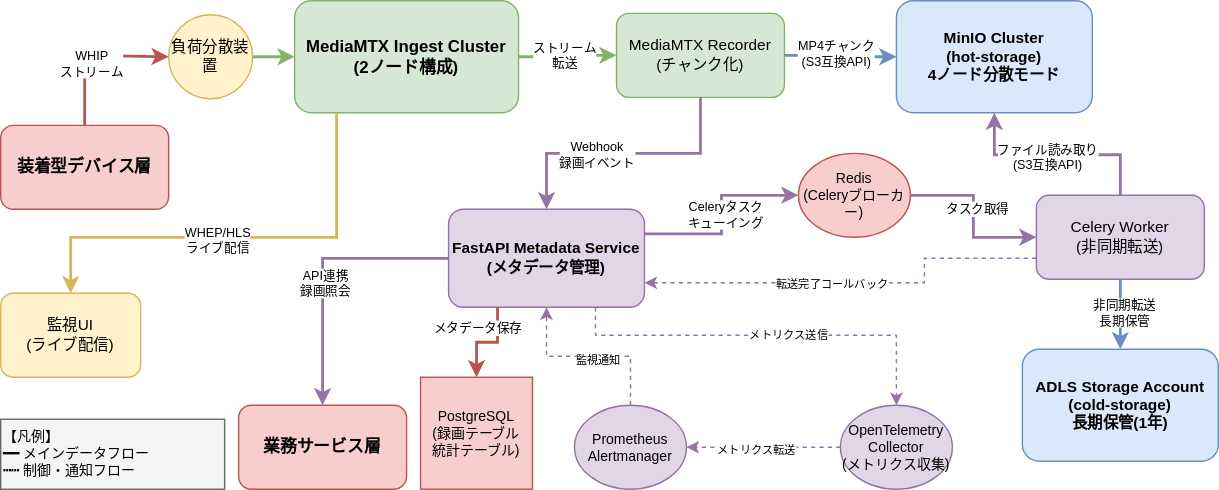
Before: docs/03000_設計書/03020_配信・記録層設計/03022_配信・記録層詳細設計/配信・記録層システム関連図.svg, a diagram exported from draw.io (daichiTAAA/AirakuVision). Source tidied: cells renumbered, new cells last; positions are measured from the earlier drawing's top-left corner, leaving out a move shared by most shapes.
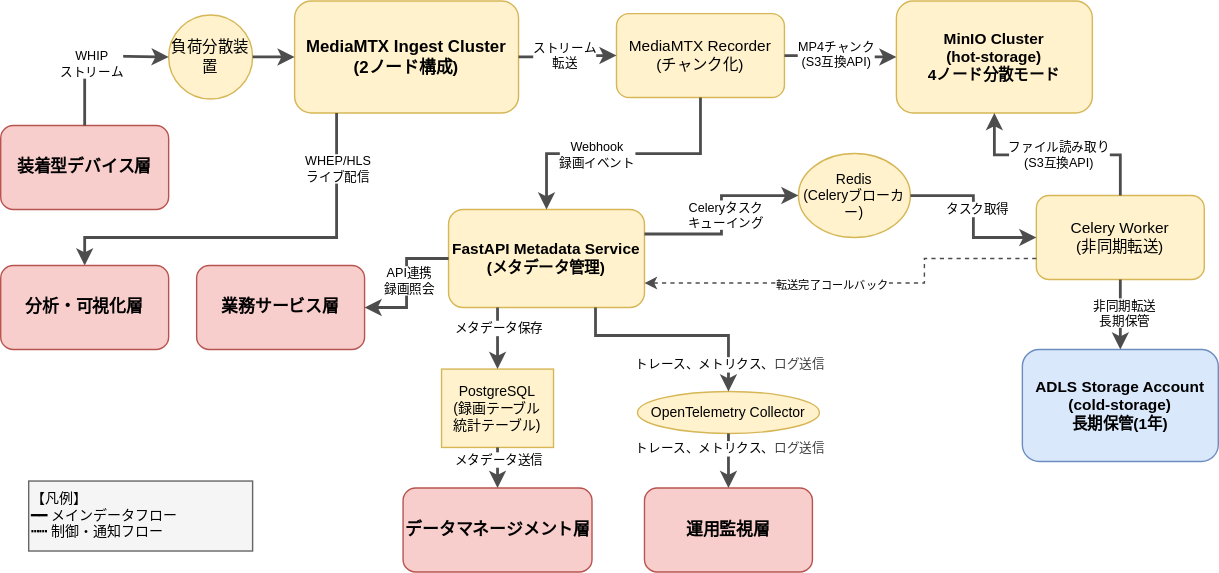
Later version of the same file.

Change to the diagram source:
```diff
@@ -5,46 +5,40 @@
     <mxCell id="2" value="装着型デバイス層" style="rounded=1;whiteSpace=wrap;html=1;fillColor=#f8cecc;strokeColor=#b85450;fontSize=12;fontStyle=1;" parent="1" vertex="1">
       <mxGeometry y="89" width="120" height="60" as="geometry" />
     </mxCell>
-    <mxCell id="3" value="MediaMTX Ingest Cluster&#10;(2ノード構成)" style="rounded=1;whiteSpace=wrap;html=1;fillColor=#d5e8d4;strokeColor=#82b366;fontSize=12;fontStyle=1;" parent="1" vertex="1">
+    <mxCell id="3" value="MediaMTX Ingest Cluster&#10;(2ノード構成)" style="rounded=1;whiteSpace=wrap;html=1;fillColor=#fff2cc;strokeColor=#d6b656;fontSize=12;fontStyle=1;" parent="1" vertex="1">
       <mxGeometry x="210" width="160" height="80" as="geometry" />
     </mxCell>
     <mxCell id="4" value="負荷分散装置" style="ellipse;whiteSpace=wrap;html=1;fillColor=#fff2cc;strokeColor=#d6b656;fontSize=11;" parent="1" vertex="1">
       <mxGeometry x="120" y="10" width="60" height="60" as="geometry" />
     </mxCell>
-    <mxCell id="5" value="MediaMTX Recorder&#10;(チャンク化)" style="rounded=1;whiteSpace=wrap;html=1;fillColor=#d5e8d4;strokeColor=#82b366;fontSize=11;" parent="1" vertex="1">
+    <mxCell id="5" value="MediaMTX Recorder&#10;(チャンク化)" style="rounded=1;whiteSpace=wrap;html=1;fillColor=#fff2cc;strokeColor=#d6b656;fontSize=11;" parent="1" vertex="1">
       <mxGeometry x="440" y="9" width="120" height="60" as="geometry" />
     </mxCell>
-    <mxCell id="6" value="MinIO Cluster&#10;(hot-storage)&#10;4ノード分散モード" style="rounded=1;whiteSpace=wrap;html=1;fillColor=#dae8fc;strokeColor=#6c8ebf;fontSize=11;fontStyle=1;" parent="1" vertex="1">
+    <mxCell id="6" value="MinIO Cluster&#10;(hot-storage)&#10;4ノード分散モード" style="rounded=1;whiteSpace=wrap;html=1;fillColor=#fff2cc;strokeColor=#d6b656;fontSize=11;fontStyle=1;" parent="1" vertex="1">
       <mxGeometry x="640" width="140" height="80" as="geometry" />
     </mxCell>
-    <mxCell id="7" value="FastAPI Metadata Service&#10;(メタデータ管理)" style="rounded=1;whiteSpace=wrap;html=1;fillColor=#e1d5e7;strokeColor=#9673a6;fontSize=11;fontStyle=1;" parent="1" vertex="1">
+    <mxCell id="7" value="FastAPI Metadata Service&#10;(メタデータ管理)" style="rounded=1;whiteSpace=wrap;html=1;fillColor=#fff2cc;strokeColor=#d6b656;fontSize=11;fontStyle=1;" parent="1" vertex="1">
       <mxGeometry x="320" y="149" width="140" height="70" as="geometry" />
     </mxCell>
-    <mxCell id="8" value="PostgreSQL&#10;(録画テーブル&#10;統計テーブル)" style="cylinder3;whiteSpace=wrap;html=1;boundedLbl=1;backgroundOutline=1;size=15;fillColor=#f8cecc;strokeColor=#b85450;fontSize=10;" parent="1" vertex="1">
-      <mxGeometry x="300" y="269" width="80" height="80" as="geometry" />
+    <mxCell id="8" value="PostgreSQL&#10;(録画テーブル&#10;統計テーブル)" style="cylinder3;whiteSpace=wrap;html=1;boundedLbl=1;backgroundOutline=1;size=15;fillColor=#fff2cc;strokeColor=#d6b656;fontSize=10;" parent="1" vertex="1">
+      <mxGeometry x="315" y="263" width="80" height="56" as="geometry" />
     </mxCell>
-    <mxCell id="9" value="Celery Worker&lt;div&gt;(非同期転送)&lt;/div&gt;" style="rounded=1;whiteSpace=wrap;html=1;fillColor=#e1d5e7;strokeColor=#9673a6;fontSize=11;" parent="1" vertex="1">
+    <mxCell id="9" value="Celery Worker&lt;div&gt;(非同期転送)&lt;/div&gt;" style="rounded=1;whiteSpace=wrap;html=1;fillColor=#fff2cc;strokeColor=#d6b656;fontSize=11;" parent="1" vertex="1">
       <mxGeometry x="740" y="139" width="120" height="60" as="geometry" />
     </mxCell>
-    <mxCell id="10" value="Redis&lt;div&gt;(Celeryブローカー)&lt;/div&gt;" style="ellipse;whiteSpace=wrap;html=1;fillColor=#f8cecc;strokeColor=#b85450;fontSize=10;" parent="1" vertex="1">
+    <mxCell id="10" value="Redis&lt;div&gt;(Celeryブローカー)&lt;/div&gt;" style="ellipse;whiteSpace=wrap;html=1;fillColor=#fff2cc;strokeColor=#d6b656;fontSize=10;" parent="1" vertex="1">
       <mxGeometry x="570" y="109" width="80" height="60" as="geometry" />
     </mxCell>
     <mxCell id="11" value="ADLS Storage Account&#10;(cold-storage)&#10;長期保管(1年)" style="rounded=1;whiteSpace=wrap;html=1;fillColor=#dae8fc;strokeColor=#6c8ebf;fontSize=11;fontStyle=1;" parent="1" vertex="1">
       <mxGeometry x="730" y="249" width="140" height="80" as="geometry" />
     </mxCell>
-    <mxCell id="12" value="OpenTelemetry Collector&lt;div&gt;(メトリクス収集)&lt;/div&gt;" style="ellipse;whiteSpace=wrap;html=1;fillColor=#e1d5e7;strokeColor=#9673a6;fontSize=10;" parent="1" vertex="1">
-      <mxGeometry x="600" y="289" width="80" height="60" as="geometry" />
+    <mxCell id="12" value="OpenTelemetry Collector" style="ellipse;whiteSpace=wrap;html=1;fillColor=#fff2cc;strokeColor=#d6b656;fontSize=10;" parent="1" vertex="1">
+      <mxGeometry x="455" y="279" width="130" height="30" as="geometry" />
     </mxCell>
     <mxCell id="13" value="業務サービス層" style="rounded=1;whiteSpace=wrap;html=1;fillColor=#f8cecc;strokeColor=#b85450;fontSize=12;fontStyle=1;" parent="1" vertex="1">
-      <mxGeometry x="170" y="289" width="120" height="60" as="geometry" />
+      <mxGeometry x="140" y="189" width="120" height="60" as="geometry" />
     </mxCell>
-    <mxCell id="14" value="監視UI&#10;(ライブ配信)" style="rounded=1;whiteSpace=wrap;html=1;fillColor=#fff2cc;strokeColor=#d6b656;fontSize=11;" parent="1" vertex="1">
-      <mxGeometry y="209" width="100" height="60" as="geometry" />
-    </mxCell>
-    <mxCell id="15" value="Prometheus&#10;Alertmanager" style="ellipse;whiteSpace=wrap;html=1;fillColor=#e1d5e7;strokeColor=#9673a6;fontSize=10;" parent="1" vertex="1">
-      <mxGeometry x="410" y="289" width="80" height="60" as="geometry" />
-    </mxCell>
-    <mxCell id="16" style="edgeStyle=orthogonalEdgeStyle;rounded=0;jettySize=auto;html=1;strokeWidth=2;strokeColor=#b85450;entryX=0;entryY=0.5;entryDx=0;entryDy=0;" parent="1" edge="1" source="2" target="4">
+    <mxCell id="16" style="edgeStyle=orthogonalEdgeStyle;rounded=0;jettySize=auto;html=1;strokeWidth=2;strokeColor=#4D4D4D;entryX=0;entryY=0.5;entryDx=0;entryDy=0;" parent="1" edge="1" source="2" target="4">
       <mxGeometry relative="1" as="geometry">
         <Array as="points">
           <mxPoint x="60" y="39" />
@@ -57,22 +51,22 @@
         <mxPoint x="3" y="-1" as="offset" />
       </mxGeometry>
     </mxCell>
-    <mxCell id="18" style="edgeStyle=orthogonalEdgeStyle;rounded=0;jettySize=auto;html=1;strokeWidth=2;strokeColor=#82b366;" parent="1" edge="1" source="4" target="3">
+    <mxCell id="18" style="edgeStyle=orthogonalEdgeStyle;rounded=0;jettySize=auto;html=1;strokeWidth=2;strokeColor=#4D4D4D;" parent="1" edge="1" source="4" target="3">
       <mxGeometry relative="1" as="geometry" />
     </mxCell>
-    <mxCell id="19" style="edgeStyle=orthogonalEdgeStyle;rounded=0;jettySize=auto;html=1;strokeWidth=2;strokeColor=#82b366;" parent="1" edge="1" source="3" target="5">
+    <mxCell id="19" style="edgeStyle=orthogonalEdgeStyle;rounded=0;jettySize=auto;html=1;strokeWidth=2;strokeColor=#4D4D4D;" parent="1" edge="1" source="3" target="5">
       <mxGeometry relative="1" as="geometry" />
     </mxCell>
     <mxCell id="20" value="ストリーム&#10;転送" style="edgeLabel;html=1;align=center;verticalAlign=middle;fontSize=9;" parent="19" vertex="1">
       <mxGeometry x="-0.1" y="2" relative="1" as="geometry" />
     </mxCell>
-    <mxCell id="21" style="edgeStyle=orthogonalEdgeStyle;rounded=0;jettySize=auto;html=1;strokeWidth=2;strokeColor=#6c8ebf;" parent="1" edge="1" source="5" target="6">
+    <mxCell id="21" style="edgeStyle=orthogonalEdgeStyle;rounded=0;jettySize=auto;html=1;strokeWidth=2;strokeColor=#4D4D4D;" parent="1" edge="1" source="5" target="6">
       <mxGeometry relative="1" as="geometry" />
     </mxCell>
     <mxCell id="22" value="MP4チャンク&#10;(S3互換API)" style="edgeLabel;html=1;align=center;verticalAlign=middle;fontSize=9;" parent="21" vertex="1">
       <mxGeometry x="-0.1" y="2" relative="1" as="geometry" />
     </mxCell>
-    <mxCell id="23" style="edgeStyle=orthogonalEdgeStyle;rounded=0;jettySize=auto;html=1;strokeWidth=2;strokeColor=#9673a6;jumpStyle=line;jumpSize=10;entryX=0.5;entryY=0;entryDx=0;entryDy=0;" parent="1" edge="1" source="5" target="7">
+    <mxCell id="23" style="edgeStyle=orthogonalEdgeStyle;rounded=0;jettySize=auto;html=1;strokeWidth=2;strokeColor=#4D4D4D;jumpStyle=line;jumpSize=10;entryX=0.5;entryY=0;entryDx=0;entryDy=0;" parent="1" edge="1" source="5" target="7">
       <mxGeometry relative="1" as="geometry" />
     </mxCell>
     <mxCell id="24" value="Webhook&#10;録画イベント" style="edgeLabel;html=1;align=center;verticalAlign=middle;fontSize=9;" parent="23" vertex="1">
@@ -80,7 +74,7 @@
         <mxPoint x="-10" y="-1" as="offset" />
       </mxGeometry>
     </mxCell>
-    <mxCell id="25" style="edgeStyle=elbowEdgeStyle;rounded=0;jettySize=auto;html=1;strokeWidth=2;strokeColor=#b85450;exitX=0.25;exitY=1;exitDx=0;exitDy=0;entryX=0.5;entryY=0;entryDx=0;entryDy=0;elbow=vertical;" parent="1" edge="1" source="7" target="8">
+    <mxCell id="25" style="edgeStyle=elbowEdgeStyle;rounded=0;jettySize=auto;html=1;strokeWidth=2;strokeColor=#4D4D4D;exitX=0.25;exitY=1;exitDx=0;exitDy=0;entryX=0.5;entryY=0;entryDx=0;entryDy=0;elbow=vertical;" parent="1" edge="1" source="7" target="8">
       <mxGeometry relative="1" as="geometry" />
     </mxCell>
     <mxCell id="26" value="メタデータ保存" style="edgeLabel;html=1;align=center;verticalAlign=middle;fontSize=9;" parent="25" vertex="1">
@@ -88,7 +82,7 @@
         <mxPoint x="-1" y="-12" as="offset" />
       </mxGeometry>
     </mxCell>
-    <mxCell id="27" style="edgeStyle=elbowEdgeStyle;rounded=0;jettySize=auto;html=1;strokeWidth=2;strokeColor=#9673a6;entryX=0;entryY=0.5;entryDx=0;entryDy=0;exitX=1;exitY=0.25;exitDx=0;exitDy=0;" parent="1" edge="1" source="7" target="10">
+    <mxCell id="27" style="edgeStyle=elbowEdgeStyle;rounded=0;jettySize=auto;html=1;strokeWidth=2;strokeColor=#4D4D4D;entryX=0;entryY=0.5;entryDx=0;entryDy=0;exitX=1;exitY=0.25;exitDx=0;exitDy=0;" parent="1" edge="1" source="7" target="10">
       <mxGeometry relative="1" as="geometry" />
     </mxCell>
     <mxCell id="28" value="Celeryタスク&#10;キューイング" style="edgeLabel;html=1;align=center;verticalAlign=middle;fontSize=9;" parent="27" vertex="1">
@@ -96,25 +90,27 @@
         <mxPoint x="3" y="7" as="offset" />
       </mxGeometry>
     </mxCell>
-    <mxCell id="29" style="edgeStyle=elbowEdgeStyle;rounded=0;jettySize=auto;html=1;strokeWidth=2;strokeColor=#9673a6;entryX=0;entryY=0.5;entryDx=0;entryDy=0;" parent="1" edge="1" source="10" target="9">
+    <mxCell id="29" style="edgeStyle=elbowEdgeStyle;rounded=0;jettySize=auto;html=1;strokeWidth=2;strokeColor=#4D4D4D;entryX=0;entryY=0.5;entryDx=0;entryDy=0;" parent="1" edge="1" source="10" target="9">
       <mxGeometry relative="1" as="geometry" />
     </mxCell>
     <mxCell id="30" value="タスク取得" style="edgeLabel;html=1;align=center;verticalAlign=middle;fontSize=9;" parent="29" vertex="1">
       <mxGeometry x="-0.1" y="2" relative="1" as="geometry" />
     </mxCell>
-    <mxCell id="31" style="edgeStyle=elbowEdgeStyle;rounded=0;jettySize=auto;html=1;strokeWidth=2;strokeColor=#9673a6;entryX=0.5;entryY=1;entryDx=0;entryDy=0;exitX=0.5;exitY=0;exitDx=0;exitDy=0;elbow=vertical;" parent="1" edge="1" source="9" target="6">
+    <mxCell id="31" style="edgeStyle=elbowEdgeStyle;rounded=0;jettySize=auto;html=1;strokeWidth=2;strokeColor=#4D4D4D;entryX=0.5;entryY=1;entryDx=0;entryDy=0;exitX=0.5;exitY=0;exitDx=0;exitDy=0;elbow=vertical;" parent="1" edge="1" source="9" target="6">
       <mxGeometry relative="1" as="geometry" />
     </mxCell>
     <mxCell id="32" value="ファイル読み取り&#10;(S3互換API)" style="edgeLabel;html=1;align=center;verticalAlign=middle;fontSize=9;" parent="31" vertex="1">
-      <mxGeometry x="0.1" y="1" relative="1" as="geometry" />
+      <mxGeometry x="0.1" y="1" relative="1" as="geometry">
+        <mxPoint x="8" y="-2" as="offset" />
+      </mxGeometry>
     </mxCell>
-    <mxCell id="33" style="edgeStyle=orthogonalEdgeStyle;rounded=0;jettySize=auto;html=1;strokeWidth=2;strokeColor=#6c8ebf;" parent="1" edge="1" source="9" target="11">
+    <mxCell id="33" style="edgeStyle=orthogonalEdgeStyle;rounded=0;jettySize=auto;html=1;strokeWidth=2;strokeColor=#4D4D4D;" parent="1" edge="1" source="9" target="11">
       <mxGeometry relative="1" as="geometry" />
     </mxCell>
     <mxCell id="34" value="非同期転送&#10;長期保管" style="edgeLabel;html=1;align=center;verticalAlign=middle;fontSize=9;" parent="33" vertex="1">
       <mxGeometry x="-0.1" y="2" relative="1" as="geometry" />
     </mxCell>
-    <mxCell id="35" style="edgeStyle=orthogonalEdgeStyle;rounded=0;jettySize=auto;html=1;strokeWidth=1;strokeColor=#9673a6;dashed=1;jumpStyle=line;jumpSize=10;entryX=1;entryY=0.75;entryDx=0;entryDy=0;exitX=0;exitY=0.75;exitDx=0;exitDy=0;" parent="1" edge="1" source="9" target="7">
+    <mxCell id="35" style="edgeStyle=orthogonalEdgeStyle;rounded=0;jettySize=auto;html=1;strokeWidth=1;strokeColor=#4D4D4D;dashed=1;jumpStyle=line;jumpSize=10;entryX=1;entryY=0.75;entryDx=0;entryDy=0;exitX=0;exitY=0.75;exitDx=0;exitDy=0;" parent="1" edge="1" source="9" target="7">
       <mxGeometry relative="1" as="geometry">
         <Array as="points">
           <mxPoint x="660" y="184" />
@@ -125,51 +121,71 @@
     <mxCell id="36" value="転送完了コールバック" style="edgeLabel;html=1;align=center;verticalAlign=middle;fontSize=8;" parent="35" vertex="1">
       <mxGeometry x="0.1" y="1" relative="1" as="geometry" />
     </mxCell>
-    <mxCell id="37" style="edgeStyle=elbowEdgeStyle;rounded=0;jettySize=auto;html=1;strokeWidth=1;strokeColor=#9673a6;dashed=1;entryX=0.5;entryY=0;entryDx=0;entryDy=0;exitX=0.75;exitY=1;exitDx=0;exitDy=0;elbow=vertical;" parent="1" edge="1" source="7" target="12">
-      <mxGeometry relative="1" as="geometry">
-        <Array as="points">
-          <mxPoint x="540" y="239" />
-        </Array>
-      </mxGeometry>
-    </mxCell>
-    <mxCell id="38" value="メトリクス送信" style="edgeLabel;html=1;align=center;verticalAlign=middle;fontSize=8;" parent="37" vertex="1">
-      <mxGeometry x="0.1" y="1" relative="1" as="geometry" />
-    </mxCell>
-    <mxCell id="39" style="edgeStyle=elbowEdgeStyle;rounded=0;jettySize=auto;html=1;strokeWidth=1;strokeColor=#9673a6;dashed=1;elbow=vertical;" parent="1" edge="1" source="12" target="15">
-      <mxGeometry relative="1" as="geometry" />
-    </mxCell>
-    <mxCell id="40" value="メトリクス転送" style="edgeLabel;html=1;align=center;verticalAlign=middle;fontSize=8;" parent="39" vertex="1">
-      <mxGeometry x="0.1" y="1" relative="1" as="geometry" />
-    </mxCell>
-    <mxCell id="41" style="edgeStyle=orthogonalEdgeStyle;rounded=0;jettySize=auto;html=1;strokeWidth=2;strokeColor=#9673a6;exitX=0;exitY=0.5;exitDx=0;exitDy=0;entryX=0.5;entryY=0;entryDx=0;entryDy=0;" parent="1" edge="1" source="7" target="13">
+    <mxCell id="41" style="edgeStyle=orthogonalEdgeStyle;rounded=0;jettySize=auto;html=1;strokeWidth=2;strokeColor=#4D4D4D;exitX=0;exitY=0.5;exitDx=0;exitDy=0;entryX=1;entryY=0.5;entryDx=0;entryDy=0;" parent="1" edge="1" source="7" target="13">
       <mxGeometry relative="1" as="geometry">
         <Array as="points">
-          <mxPoint x="230" y="184" />
+          <mxPoint x="290" y="184" />
+          <mxPoint x="290" y="219" />
         </Array>
       </mxGeometry>
     </mxCell>
     <mxCell id="42" value="API連携&#10;録画照会" style="edgeLabel;html=1;align=center;verticalAlign=middle;fontSize=9;" parent="41" vertex="1">
-      <mxGeometry x="0.1" y="1" relative="1" as="geometry" />
+      <mxGeometry x="0.1" y="1" relative="1" as="geometry">
+        <mxPoint y="-7" as="offset" />
+      </mxGeometry>
     </mxCell>
-    <mxCell id="43" style="edgeStyle=orthogonalEdgeStyle;rounded=0;jettySize=auto;html=1;strokeWidth=2;strokeColor=#d6b656;jumpStyle=line;jumpSize=10;" parent="1" edge="1" source="3" target="14">
+    <mxCell id="43" style="edgeStyle=orthogonalEdgeStyle;rounded=0;jettySize=auto;html=1;strokeWidth=2;strokeColor=#4D4D4D;jumpStyle=line;jumpSize=10;entryX=0.5;entryY=0;entryDx=0;entryDy=0;" parent="1" edge="1" source="3" target="52">
       <mxGeometry relative="1" as="geometry">
         <Array as="points">
           <mxPoint x="240" y="169" />
-          <mxPoint x="50" y="169" />
+          <mxPoint x="60" y="169" />
         </Array>
       </mxGeometry>
     </mxCell>
     <mxCell id="44" value="WHEP/HLS&#10;ライブ配信" style="edgeLabel;html=1;align=center;verticalAlign=middle;fontSize=9;" parent="43" vertex="1">
-      <mxGeometry x="0.1" y="1" relative="1" as="geometry" />
+      <mxGeometry x="0.1" y="1" relative="1" as="geometry">
+        <mxPoint x="70" y="-51" as="offset" />
+      </mxGeometry>
     </mxCell>
-    <mxCell id="45" style="edgeStyle=orthogonalEdgeStyle;rounded=0;jettySize=auto;html=1;strokeWidth=1;strokeColor=#9673a6;dashed=1;" parent="1" edge="1" source="15" target="7">
-      <mxGeometry relative="1" as="geometry" />
-    </mxCell>
-    <mxCell id="46" value="監視通知" style="edgeLabel;html=1;align=center;verticalAlign=middle;fontSize=8;" parent="45" vertex="1">
-      <mxGeometry x="-0.1" y="2" relative="1" as="geometry" />
-    </mxCell>
     <mxCell id="47" value="【凡例】&lt;br&gt;━━ メインデータフロー&lt;br&gt;┅┅ 制御・通知フロー" style="rounded=0;whiteSpace=wrap;html=1;fillColor=#f5f5f5;strokeColor=#666666;fontSize=10;align=left;verticalAlign=top;" parent="1" vertex="1">
-      <mxGeometry y="299" width="160" height="50" as="geometry" />
+      <mxGeometry x="20" y="343" width="160" height="50" as="geometry" />
     </mxCell>
+    <mxCell id="48" value="運用監視層" style="rounded=1;whiteSpace=wrap;html=1;fillColor=#f8cecc;strokeColor=#b85450;fontSize=12;fontStyle=1;" parent="1" vertex="1">
+      <mxGeometry x="460" y="348" width="120" height="60" as="geometry" />
+    </mxCell>
+    <mxCell id="37" style="edgeStyle=elbowEdgeStyle;rounded=0;jettySize=auto;html=1;strokeWidth=2;strokeColor=#4D4D4D;exitX=0.75;exitY=1;exitDx=0;exitDy=0;entryX=0.5;entryY=0;entryDx=0;entryDy=0;elbow=vertical;" parent="1" edge="1" source="7" target="12">
+      <mxGeometry relative="1" as="geometry">
+        <Array as="points">
+          <mxPoint x="480" y="239" />
+        </Array>
+      </mxGeometry>
+    </mxCell>
+    <mxCell id="49" value="トレース、メトリクス、&lt;span style=&quot;color: rgb(63, 63, 63); background-color: light-dark(#ffffff, var(--ge-dark-color, #121212));&quot;&gt;ログ送信&lt;/span&gt;" style="edgeLabel;html=1;align=center;verticalAlign=middle;fontSize=9;" parent="37" vertex="1">
+      <mxGeometry x="0.2" y="1" relative="1" as="geometry">
+        <mxPoint x="22" y="21" as="offset" />
+      </mxGeometry>
+    </mxCell>
+    <mxCell id="50" style="edgeStyle=elbowEdgeStyle;rounded=0;jettySize=auto;html=1;strokeWidth=2;strokeColor=#4D4D4D;exitX=0.5;exitY=1;exitDx=0;exitDy=0;entryX=0.5;entryY=0;entryDx=0;entryDy=0;elbow=vertical;" parent="1" edge="1" source="12" target="48">
+      <mxGeometry relative="1" as="geometry" />
+    </mxCell>
+    <mxCell id="51" value="トレース、メトリクス、&lt;span style=&quot;color: rgb(63, 63, 63); background-color: light-dark(#ffffff, var(--ge-dark-color, #121212));&quot;&gt;ログ送信&lt;/span&gt;" style="edgeLabel;html=1;align=center;verticalAlign=middle;fontSize=9;" parent="50" vertex="1">
+      <mxGeometry x="0.2" y="1" relative="1" as="geometry">
+        <mxPoint x="-1" y="-13" as="offset" />
+      </mxGeometry>
+    </mxCell>
+    <mxCell id="52" value="分析・可視化層" style="rounded=1;whiteSpace=wrap;html=1;fillColor=#f8cecc;strokeColor=#b85450;fontSize=12;fontStyle=1;" parent="1" vertex="1">
+      <mxGeometry y="189" width="120" height="60" as="geometry" />
+    </mxCell>
+    <mxCell id="53" value="データマネージメント層" style="rounded=1;whiteSpace=wrap;html=1;fillColor=#f8cecc;strokeColor=#b85450;fontSize=12;fontStyle=1;" parent="1" vertex="1">
+      <mxGeometry x="287.5" y="348" width="135" height="60" as="geometry" />
+    </mxCell>
+    <mxCell id="54" style="edgeStyle=elbowEdgeStyle;rounded=0;jettySize=auto;html=1;strokeWidth=2;strokeColor=#4D4D4D;exitX=0.5;exitY=1;exitDx=0;exitDy=0;entryX=0.5;entryY=0;entryDx=0;entryDy=0;elbow=vertical;" parent="1" edge="1" source="8" target="53">
+      <mxGeometry relative="1" as="geometry" />
+    </mxCell>
+    <mxCell id="55" value="メタデータ送信" style="edgeLabel;html=1;align=center;verticalAlign=middle;fontSize=9;" parent="54" vertex="1">
+      <mxGeometry x="0.2" y="1" relative="1" as="geometry">
+        <mxPoint x="-1" y="-9" as="offset" />
+      </mxGeometry>
+    </mxCell>
   </root>
 </mxGraphModel>
```
